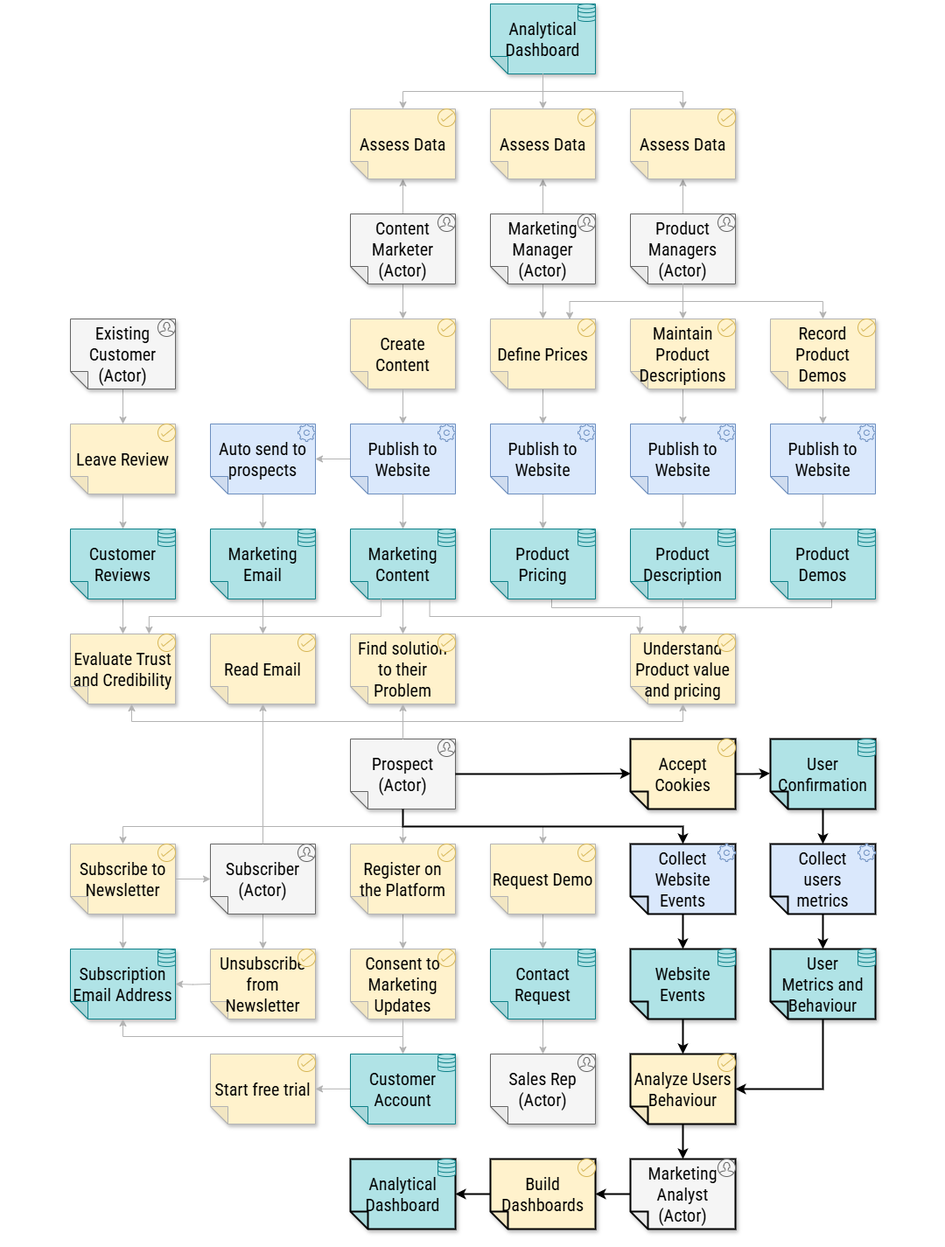
Earlier version of the draw.io export chapter-06/figure-6.08.drawio.png (software-architecture-guild/modeling-software-architecture). Source tidied: cells renumbered, new cells last; positions are measured from the earlier drawing's top-left corner, leaving out a move shared by most shapes.
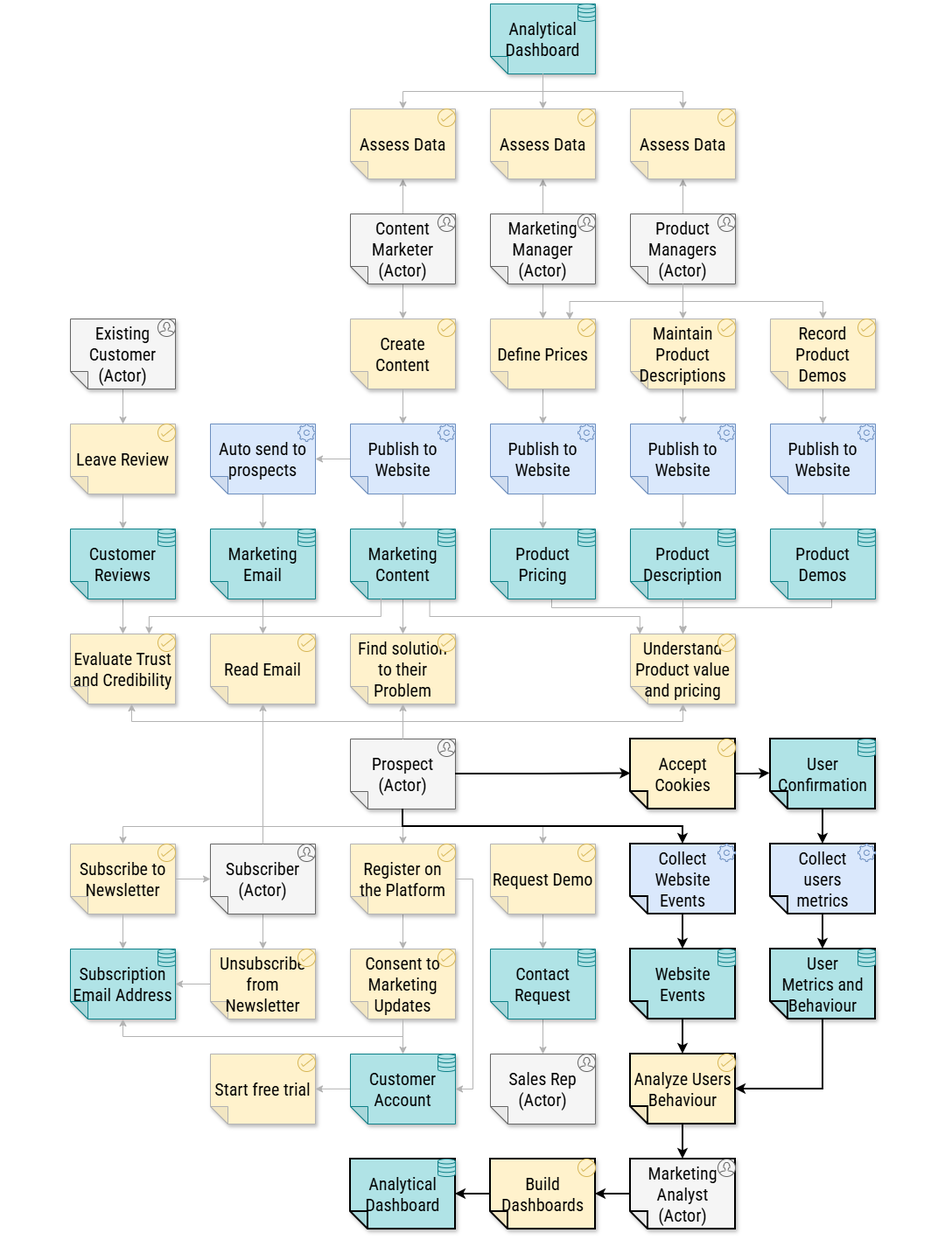
Later version of the same file.

What changed in the source:
```diff
@@ -531,5 +531,13 @@
     <mxCell id="161" style="html=1;verticalLabelPosition=bottom;align=center;labelBackgroundColor=#ffffff;verticalAlign=top;strokeWidth=1;shadow=0;dashed=0;shape=mxgraph.ios7.icons.settings;fillColor=#dae8fc;strokeColor=#6c8ebf;fontFamily=Roboto Condensed;fontSource=https%3A%2F%2Ffonts.googleapis.com%2Fcss%3Ffamily%3DRoboto%2BCondensed;fontSize=20;fontColor=#000000;" parent="1" vertex="1">
       <mxGeometry x="980" y="960" width="20" height="20" as="geometry" />
     </mxCell>
+    <mxCell id="162" style="edgeStyle=orthogonalEdgeStyle;html=1;entryX=0;entryY=0.5;entryDx=0;entryDy=0;entryPerimeter=0;rounded=0;curved=0;fontFamily=Roboto Condensed;fontSource=https%3A%2F%2Ffonts.googleapis.com%2Fcss%3Ffamily%3DRoboto%2BCondensed;fontSize=20;strokeColor=#B3B3B3;fontColor=#000000;" parent="1" edge="1" source="76" target="74">
+      <mxGeometry x="0.51" relative="1" as="geometry">
+        <Array as="points">
+          <mxPoint x="540" y="1000" />
+          <mxPoint x="540" y="1240.3" />
+        </Array>
+      </mxGeometry>
+    </mxCell>
   </root>
 </mxGraphModel>
```
